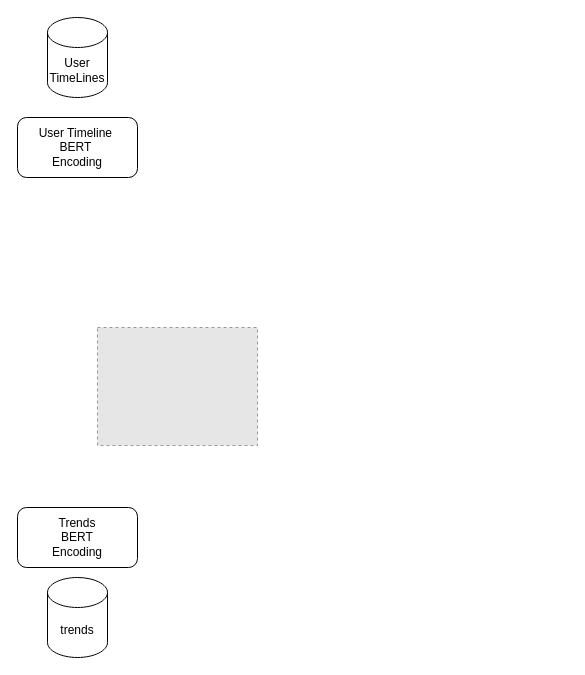
Earlier version of the draw.io diagram Untitled Diagram.drawio (shnaseri/DM-403). Source tidied: cells renumbered, new cells numbered last; positions are measured from the earlier drawing's top-left corner, leaving out a move shared by most shapes. Both pictures are drawn from the tidied source at 100%, with x=0, y=0 at pixel (17, 17). Pictures stored in the file or linked from it are replaced by grey dashed boxes.
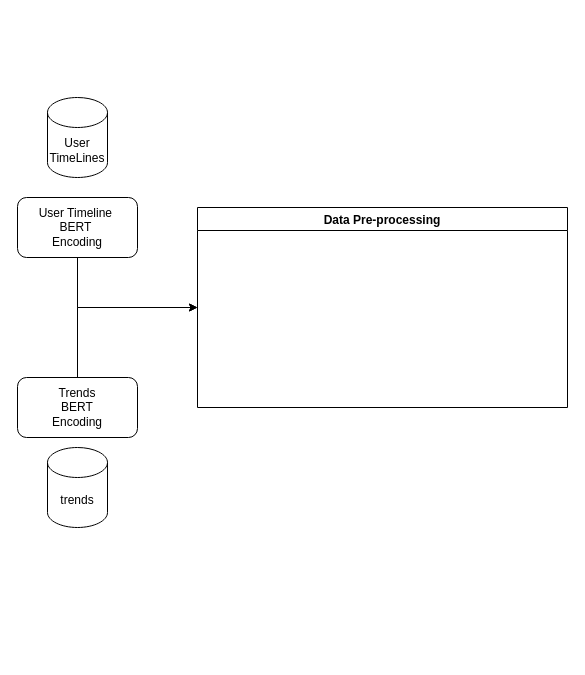
After the change.

What changed in the source:
```diff
@@
 <mxGraphModel>
   <root>
     <mxCell id="0" />
     <mxCell id="1" parent="0" />
     <mxCell id="2" value="User TimeLines" style="shape=cylinder3;whiteSpace=wrap;html=1;boundedLbl=1;backgroundOutline=1;size=15;" parent="1" vertex="1">
-      <mxGeometry x="30" width="60" height="80" as="geometry" />
+      <mxGeometry x="30" y="80" width="60" height="80" as="geometry" />
     </mxCell>
     <mxCell id="3" value="trends" style="shape=cylinder3;whiteSpace=wrap;html=1;boundedLbl=1;backgroundOutline=1;size=15;" parent="1" vertex="1">
-      <mxGeometry x="30" y="560" width="60" height="80" as="geometry" />
+      <mxGeometry x="30" y="430" width="60" height="80" as="geometry" />
     </mxCell>
+    <mxCell id="7" style="edgeStyle=orthogonalEdgeStyle;rounded=0;jettySize=auto;html=1;entryX=0;entryY=0.5;entryDx=0;entryDy=0;" parent="1" edge="1" source="4" target="9">
+      <mxGeometry relative="1" as="geometry">
+        <Array as="points">
+          <mxPoint x="60" y="290" />
+        </Array>
+      </mxGeometry>
+    </mxCell>
     <mxCell id="4" value="User Timeline&amp;nbsp;&lt;div&gt;BERT&amp;nbsp;&lt;/div&gt;&lt;div&gt;Encoding&lt;/div&gt;" style="rounded=1;whiteSpace=wrap;html=1;" parent="1" vertex="1">
-      <mxGeometry y="100" width="120" height="60" as="geometry" />
+      <mxGeometry y="180" width="120" height="60" as="geometry" />
     </mxCell>
+    <mxCell id="8" style="edgeStyle=orthogonalEdgeStyle;rounded=0;jettySize=auto;html=1;exitX=0.5;exitY=0;exitDx=0;exitDy=0;entryX=0;entryY=0.5;entryDx=0;entryDy=0;" parent="1" edge="1" source="5" target="9">
+      <mxGeometry relative="1" as="geometry" />
+    </mxCell>
     <mxCell id="5" value="Trends&lt;div&gt;BERT&lt;/div&gt;&lt;div&gt;Encoding&lt;/div&gt;" style="rounded=1;whiteSpace=wrap;html=1;" parent="1" vertex="1">
-      <mxGeometry y="490" width="120" height="60" as="geometry" />
+      <mxGeometry y="360" width="120" height="60" as="geometry" />
     </mxCell>
-    <mxCell id="6" style="fillColor=#E6E6E6;strokeColor=#999999;dashed=1;verticalLabelPosition=bottom;labelBackgroundColor=default;verticalAlign=top;" parent="1" vertex="1">
-      <mxGeometry x="80" y="310" width="160" height="118" as="geometry" />
-    </mxCell>
+    <mxCell id="9" value="Data Pre-processing" style="swimlane;startSize=23;" parent="1" vertex="1">
+      <mxGeometry x="180" y="190" width="370" height="200" as="geometry" />
+    </mxCell>
   </root>
 </mxGraphModel>
```
